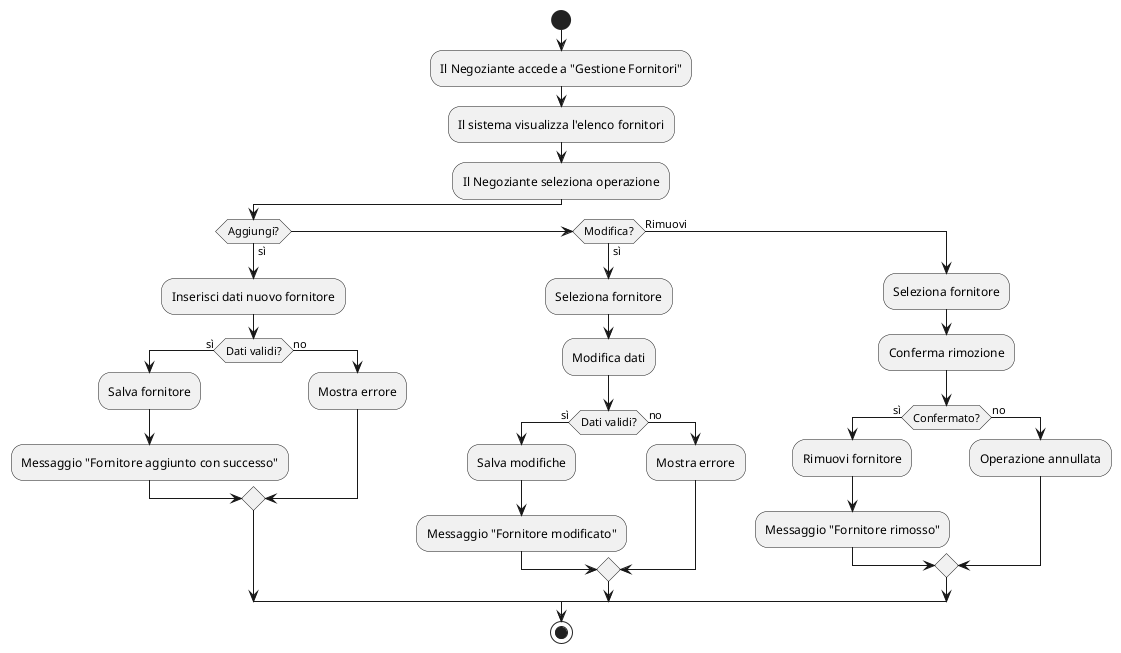
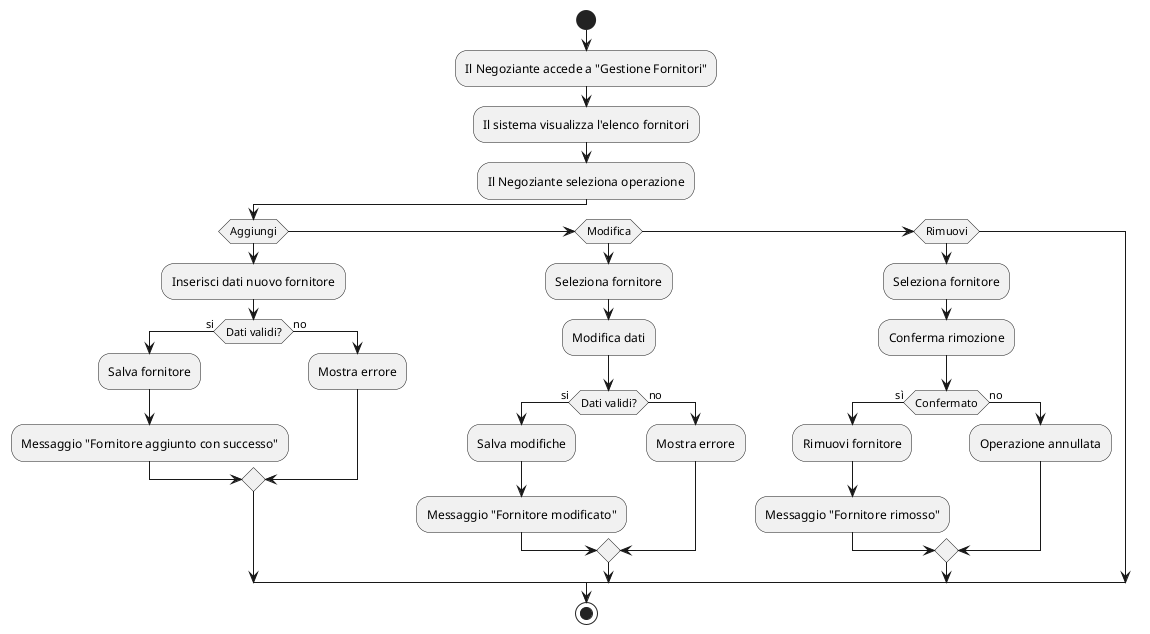
@startuml
start
:Il Negoziante accede a "Gestione Fornitori";
:Il sistema visualizza l'elenco fornitori;
:Il Negoziante seleziona operazione;

- if (Aggiungi?) then (sì)
+ if (Aggiungi) then
  :Inserisci dati nuovo fornitore;
-   if (Dati validi?) then (sì)
+   if (Dati validi?) then (si)
    :Salva fornitore;
    :Messaggio "Fornitore aggiunto con successo";
  else (no)
    :Mostra errore;
  endif
- elseif (Modifica?) then (sì)
+ elseif (Modifica) then
  :Seleziona fornitore;
  :Modifica dati;
-   if (Dati validi?) then (sì)
+   if (Dati validi?) then (si)
    :Salva modifiche;
    :Messaggio "Fornitore modificato";
  else (no)
    :Mostra errore;
  endif
- else (Rimuovi)
+ elseif (Rimuovi) then
  :Seleziona fornitore;
  :Conferma rimozione;
-   if (Confermato?) then (sì)
+   if (Confermato) then (sì)
    :Rimuovi fornitore;
    :Messaggio "Fornitore rimosso";
  else (no)
    :Operazione annullata;
  endif
endif
stop
@enduml